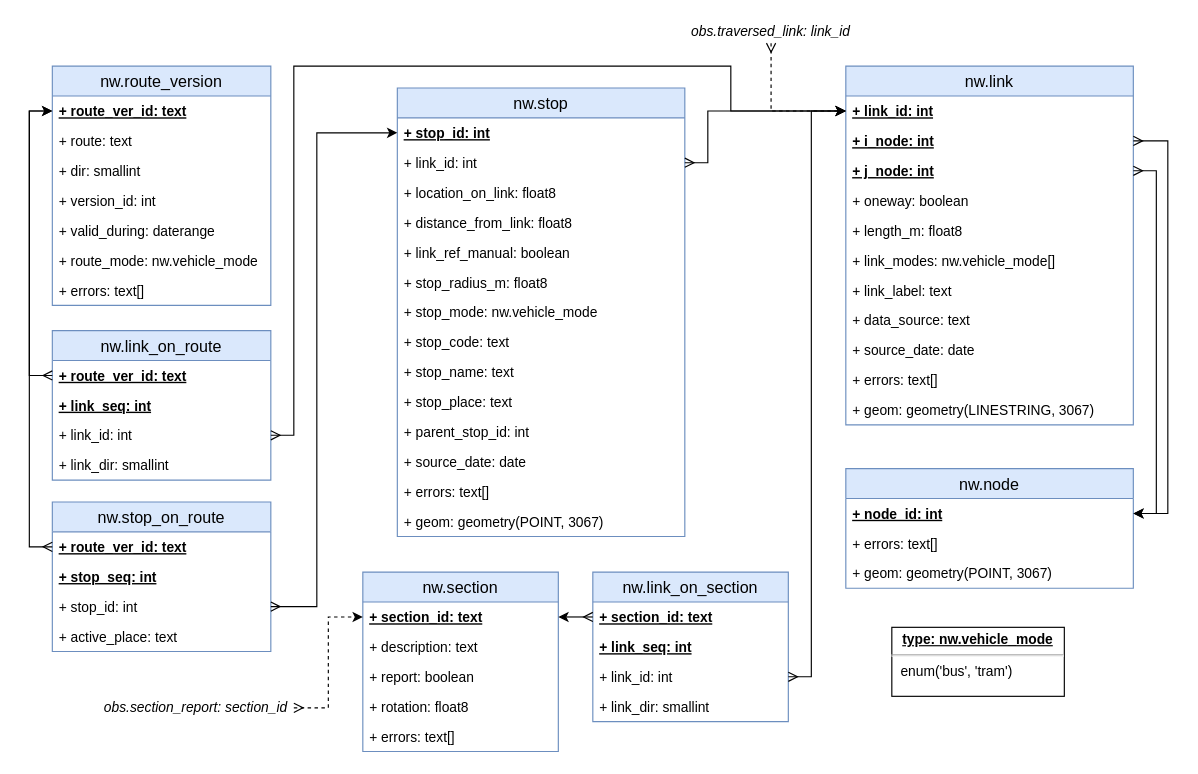
datarttu/sujuikoDB keeps this draw.io diagram as page "relations" (1 of 6) of docs/sujuikoDB.drawio. Above is the earlier version. Source tidied: cells renumbered, new cells numbered last; positions are measured from the earlier drawing's top-left corner, leaving out a move shared by most shapes. Both pictures are drawn from the tidied source at 115%, with x=0, y=0 at pixel (52, 20).
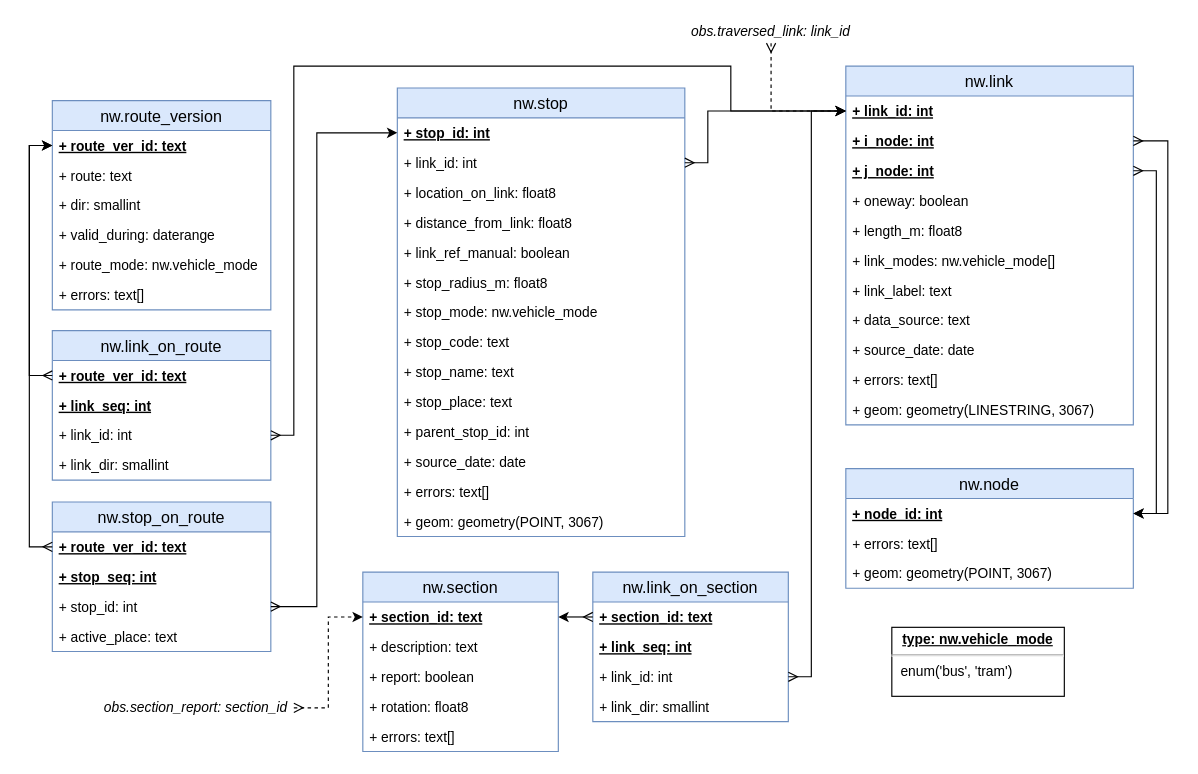
The same diagram, later.

The edit, as a diff of the source:
```diff
@@
     <mxCell id="36" value="nw.route_version" style="swimlane;fontStyle=0;horizontal=1;startSize=26;fillColor=#dae8fc;swimlaneFillColor=#ffffff;align=center;fontSize=14;strokeColor=#6c8ebf;" parent="1" vertex="1">
-      <mxGeometry y="40" width="190" height="208" as="geometry" />
+      <mxGeometry y="70" width="190" height="182" as="geometry" />
     </mxCell>
@@
-    <mxCell id="40" value="+ version_id: int" style="text;strokeColor=none;fillColor=none;spacingLeft=4;spacingRight=4;overflow=hidden;fontSize=12;fontStyle=0;" parent="36" vertex="1">
-      <mxGeometry y="104" width="190" height="26" as="geometry" />
-    </mxCell>
     <mxCell id="41" value="+ valid_during: daterange" style="text;strokeColor=none;fillColor=none;spacingLeft=4;spacingRight=4;overflow=hidden;fontSize=12;" parent="36" vertex="1">
-      <mxGeometry y="130" width="190" height="26" as="geometry" />
+      <mxGeometry y="104" width="190" height="26" as="geometry" />
     </mxCell>
     <mxCell id="42" value="+ route_mode: nw.vehicle_mode" style="text;strokeColor=none;fillColor=none;spacingLeft=4;spacingRight=4;overflow=hidden;fontSize=12;" parent="36" vertex="1">
-      <mxGeometry y="156" width="190" height="26" as="geometry" />
+      <mxGeometry y="130" width="190" height="26" as="geometry" />
     </mxCell>
     <mxCell id="43" value="+ errors: text[]" style="text;strokeColor=none;fillColor=none;spacingLeft=4;spacingRight=4;overflow=hidden;fontSize=12;" parent="36" vertex="1">
-      <mxGeometry y="182" width="190" height="26" as="geometry" />
+      <mxGeometry y="156" width="190" height="26" as="geometry" />
     </mxCell>
```
